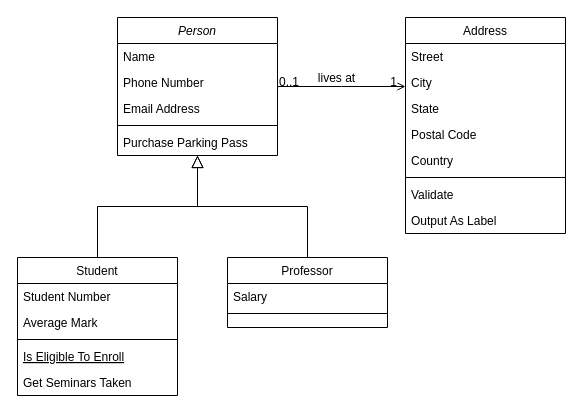
Above: IdleFarmingSimUML.drawio in p-rinceS/IdleFarmingSimUML (draw.io), before the change. Source tidied: cells renumbered, new cells numbered last; positions are measured from the earlier drawing's top-left corner, leaving out a move shared by most shapes. Both pictures are drawn from the tidied source at 100%, with x=0, y=0 at pixel (17, 17).
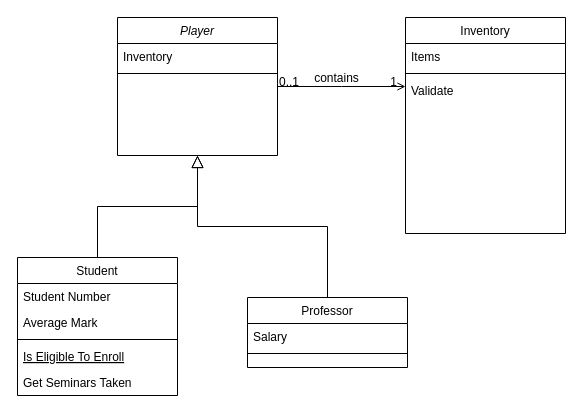
After the change.

Commit message:
Added Player & Inventory to IdleFarming.drawio

The change refers to these unchanged cells:
```xml
<mxCell id="28" style="endArrow=open;shadow=0;strokeWidth=1;rounded=0;endFill=1;edgeStyle=elbowEdgeStyle;elbow=vertical;" parent="1" edge="1" source="2" target="19">
  <mxGeometry x="0.5" y="41" relative="1" as="geometry">
    <mxPoint x="-40" y="32" as="offset" />
  </mxGeometry>
</mxCell>
```

Change to the diagram source:
```diff
@@
-    <mxCell id="2" value="Person" style="swimlane;fontStyle=2;align=center;verticalAlign=top;horizontal=1;startSize=26;rounded=0;shadow=0;strokeWidth=1;" parent="1" vertex="1">
+    <mxCell id="2" value="Player" style="swimlane;fontStyle=2;align=center;verticalAlign=top;horizontal=1;startSize=26;rounded=0;shadow=0;strokeWidth=1;" parent="1" vertex="1">
       <mxGeometry x="100" width="160" height="138" as="geometry" />
     </mxCell>
-    <mxCell id="3" value="Name" style="text;align=left;verticalAlign=top;spacingLeft=4;spacingRight=4;overflow=hidden;" parent="2" vertex="1">
+    <mxCell id="3" value="Inventory" style="text;align=left;verticalAlign=top;spacingLeft=4;spacingRight=4;overflow=hidden;" parent="2" vertex="1">
       <mxGeometry y="26" width="160" height="26" as="geometry" />
     </mxCell>
-    <mxCell id="4" value="Phone Number" style="text;align=left;verticalAlign=top;spacingLeft=4;spacingRight=4;overflow=hidden;rounded=0;shadow=0;html=0;" parent="2" vertex="1">
-      <mxGeometry y="52" width="160" height="26" as="geometry" />
-    </mxCell>
-    <mxCell id="5" value="Email Address" style="text;align=left;verticalAlign=top;spacingLeft=4;spacingRight=4;overflow=hidden;rounded=0;shadow=0;html=0;" parent="2" vertex="1">
-      <mxGeometry y="78" width="160" height="26" as="geometry" />
-    </mxCell>
     <mxCell id="6" style="line;html=1;strokeWidth=1;align=left;verticalAlign=middle;spacingTop=-1;spacingLeft=3;spacingRight=3;labelPosition=right;" parent="2" vertex="1">
-      <mxGeometry y="104" width="160" height="8" as="geometry" />
+      <mxGeometry y="52" width="160" height="8" as="geometry" />
     </mxCell>
-    <mxCell id="7" value="Purchase Parking Pass" style="text;align=left;verticalAlign=top;spacingLeft=4;spacingRight=4;overflow=hidden;" parent="2" vertex="1">
-      <mxGeometry y="112" width="160" height="26" as="geometry" />
-    </mxCell>
@@
     <mxCell id="15" value="Professor" style="swimlane;fontStyle=0;align=center;verticalAlign=top;horizontal=1;startSize=26;rounded=0;shadow=0;strokeWidth=1;" parent="1" vertex="1">
-      <mxGeometry x="210" y="240" width="160" height="70" as="geometry" />
+      <mxGeometry x="230" y="280" width="160" height="70" as="geometry" />
     </mxCell>
@@
-    <mxCell id="19" value="Address" style="swimlane;fontStyle=0;align=center;verticalAlign=top;horizontal=1;startSize=26;rounded=0;shadow=0;strokeWidth=1;" parent="1" vertex="1">
+    <mxCell id="19" value="Inventory" style="swimlane;fontStyle=0;align=center;verticalAlign=top;horizontal=1;startSize=26;rounded=0;shadow=0;strokeWidth=1;" parent="1" vertex="1">
       <mxGeometry x="388" width="160" height="216" as="geometry" />
     </mxCell>
-    <mxCell id="20" value="Street" style="text;align=left;verticalAlign=top;spacingLeft=4;spacingRight=4;overflow=hidden;" parent="19" vertex="1">
-      <mxGeometry y="26" width="160" height="26" as="geometry" />
-    </mxCell>
-    <mxCell id="21" value="City" style="text;align=left;verticalAlign=top;spacingLeft=4;spacingRight=4;overflow=hidden;rounded=0;shadow=0;html=0;" parent="19" vertex="1">
-      <mxGeometry y="52" width="160" height="26" as="geometry" />
-    </mxCell>
-    <mxCell id="22" value="State" style="text;align=left;verticalAlign=top;spacingLeft=4;spacingRight=4;overflow=hidden;rounded=0;shadow=0;html=0;" parent="19" vertex="1">
-      <mxGeometry y="78" width="160" height="26" as="geometry" />
-    </mxCell>
-    <mxCell id="23" value="Postal Code" style="text;align=left;verticalAlign=top;spacingLeft=4;spacingRight=4;overflow=hidden;rounded=0;shadow=0;html=0;" parent="19" vertex="1">
-      <mxGeometry y="104" width="160" height="26" as="geometry" />
-    </mxCell>
-    <mxCell id="24" value="Country" style="text;align=left;verticalAlign=top;spacingLeft=4;spacingRight=4;overflow=hidden;rounded=0;shadow=0;html=0;" parent="19" vertex="1">
-      <mxGeometry y="130" width="160" height="26" as="geometry" />
+    <mxCell id="24" value="Items" style="text;align=left;verticalAlign=top;spacingLeft=4;spacingRight=4;overflow=hidden;rounded=0;shadow=0;html=0;" parent="19" vertex="1">
+      <mxGeometry y="26" width="160" height="26" as="geometry" />
     </mxCell>
     <mxCell id="25" style="line;html=1;strokeWidth=1;align=left;verticalAlign=middle;spacingTop=-1;spacingLeft=3;spacingRight=3;labelPosition=right;" parent="19" vertex="1">
-      <mxGeometry y="156" width="160" height="8" as="geometry" />
+      <mxGeometry y="52" width="160" height="8" as="geometry" />
     </mxCell>
     <mxCell id="26" value="Validate" style="text;align=left;verticalAlign=top;spacingLeft=4;spacingRight=4;overflow=hidden;" parent="19" vertex="1">
-      <mxGeometry y="164" width="160" height="26" as="geometry" />
+      <mxGeometry y="60" width="160" height="26" as="geometry" />
     </mxCell>
-    <mxCell id="27" value="Output As Label" style="text;align=left;verticalAlign=top;spacingLeft=4;spacingRight=4;overflow=hidden;" parent="19" vertex="1">
-      <mxGeometry y="190" width="160" height="26" as="geometry" />
-    </mxCell>
@@
-    <mxCell id="31" value="lives at" style="text;html=1;align=center;verticalAlign=middle;labelBackgroundColor=none;rounded=0;shadow=0;strokeWidth=1;fontSize=12;" parent="28" vertex="1">
+    <mxCell id="31" value="contains" style="text;html=1;align=center;verticalAlign=middle;labelBackgroundColor=none;rounded=0;shadow=0;strokeWidth=1;fontSize=12;" parent="28" vertex="1">
       <mxGeometry x="0.5" y="49" relative="1" as="geometry">
         <mxPoint x="-38" y="40" as="offset" />
       </mxGeometry>
     </mxCell>
```
